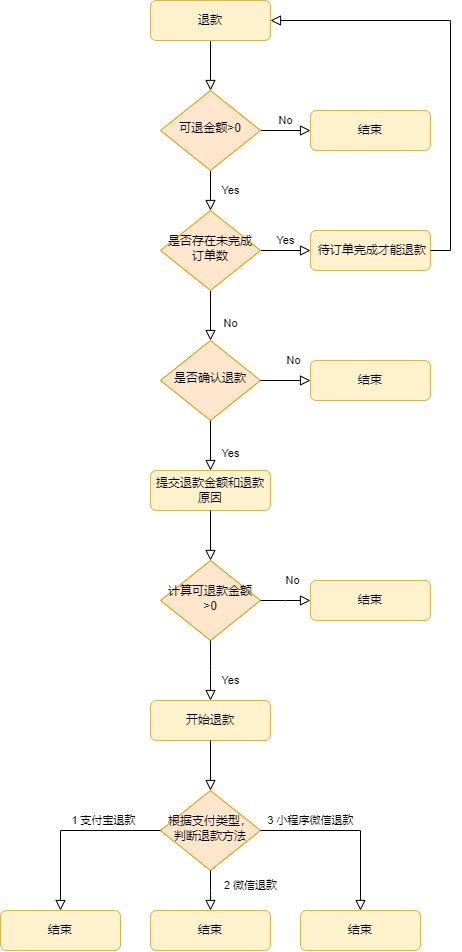
Earlier version of the draw.io export png/退款流程.png (ren9901/tourism-j2ee-wx). Source tidied: cells renumbered, new cells last; positions are measured from the earlier drawing's top-left corner, leaving out a move shared by most shapes.
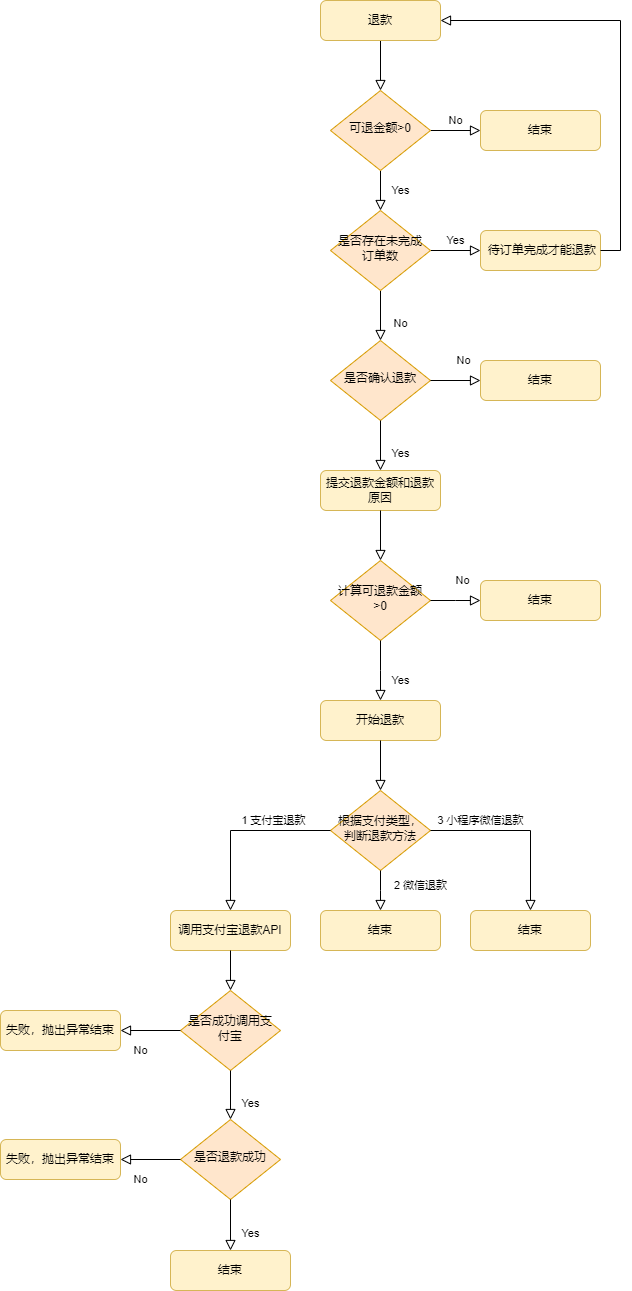
The same file after the commit.

Commit message:
更新退款流程.png

What changed in the source:
```diff
@@ -99,7 +99,7 @@
     <mxCell id="28" value="3 小程序微信退款" style="rounded=0;html=1;jettySize=auto;fontSize=11;endArrow=block;endFill=0;endSize=8;strokeWidth=1;shadow=0;labelBackgroundColor=none;edgeStyle=orthogonalEdgeStyle;exitX=1;exitY=0.5;exitDx=0;exitDy=0;" parent="1" edge="1" source="24" target="31">
       <mxGeometry x="-0.45" y="10" relative="1" as="geometry" />
     </mxCell>
-    <mxCell id="29" value="结束" style="rounded=1;whiteSpace=wrap;html=1;fontSize=12;glass=0;strokeWidth=1;shadow=0;fillColor=#fff2cc;strokeColor=#d6b656;" parent="1" vertex="1">
+    <mxCell id="29" value="调用支付宝退款API" style="rounded=1;whiteSpace=wrap;html=1;fontSize=12;glass=0;strokeWidth=1;shadow=0;fillColor=#fff2cc;strokeColor=#d6b656;" parent="1" vertex="1">
       <mxGeometry y="910" width="120" height="40" as="geometry" />
     </mxCell>
     <mxCell id="30" value="结束" style="rounded=1;whiteSpace=wrap;html=1;fontSize=12;glass=0;strokeWidth=1;shadow=0;fillColor=#fff2cc;strokeColor=#d6b656;" parent="1" vertex="1">
@@ -108,5 +108,35 @@
     <mxCell id="31" value="结束" style="rounded=1;whiteSpace=wrap;html=1;fontSize=12;glass=0;strokeWidth=1;shadow=0;fillColor=#fff2cc;strokeColor=#d6b656;" parent="1" vertex="1">
       <mxGeometry x="300" y="910" width="120" height="40" as="geometry" />
     </mxCell>
+    <mxCell id="32" value="&lt;div style=&quot;orphans: 4;&quot;&gt;是否成功调用支付宝&lt;/div&gt;" style="rhombus;whiteSpace=wrap;html=1;shadow=0;fontFamily=Helvetica;fontSize=12;align=center;strokeWidth=1;spacing=6;spacingTop=-4;fillColor=#ffe6cc;strokeColor=#d79b00;" parent="1" vertex="1">
+      <mxGeometry x="10" y="990" width="100" height="80" as="geometry" />
+    </mxCell>
+    <mxCell id="33" style="rounded=0;html=1;jettySize=auto;fontSize=11;endArrow=block;endFill=0;endSize=8;strokeWidth=1;shadow=0;labelBackgroundColor=none;edgeStyle=orthogonalEdgeStyle;exitX=0.5;exitY=1;exitDx=0;exitDy=0;entryX=0.5;entryY=0;entryDx=0;entryDy=0;" parent="1" edge="1" source="29" target="32">
+      <mxGeometry x="0.33" y="20" relative="1" as="geometry" />
+    </mxCell>
+    <mxCell id="34" value="Yes" style="rounded=0;html=1;jettySize=auto;fontSize=11;endArrow=block;endFill=0;endSize=8;strokeWidth=1;shadow=0;labelBackgroundColor=none;edgeStyle=orthogonalEdgeStyle;exitX=0.5;exitY=1;exitDx=0;exitDy=0;entryX=0.5;entryY=0;entryDx=0;entryDy=0;" parent="1" edge="1" source="32" target="36">
+      <mxGeometry x="0.33" y="20" relative="1" as="geometry" />
+    </mxCell>
+    <mxCell id="35" value="结束" style="rounded=1;whiteSpace=wrap;html=1;fontSize=12;glass=0;strokeWidth=1;shadow=0;fillColor=#fff2cc;strokeColor=#d6b656;" parent="1" vertex="1">
+      <mxGeometry y="1250" width="120" height="40" as="geometry" />
+    </mxCell>
+    <mxCell id="36" value="&lt;div style=&quot;orphans: 4;&quot;&gt;是否退款成功&lt;/div&gt;" style="rhombus;whiteSpace=wrap;html=1;shadow=0;fontFamily=Helvetica;fontSize=12;align=center;strokeWidth=1;spacing=6;spacingTop=-4;fillColor=#ffe6cc;strokeColor=#d79b00;" parent="1" vertex="1">
+      <mxGeometry x="10" y="1119" width="100" height="80" as="geometry" />
+    </mxCell>
+    <mxCell id="37" value="No" style="rounded=0;html=1;jettySize=auto;fontSize=11;endArrow=block;endFill=0;endSize=8;strokeWidth=1;shadow=0;labelBackgroundColor=none;edgeStyle=orthogonalEdgeStyle;exitX=0;exitY=0.5;exitDx=0;exitDy=0;" parent="1" edge="1" source="32" target="38">
+      <mxGeometry x="0.33" y="20" relative="1" as="geometry" />
+    </mxCell>
+    <mxCell id="38" value="失败，抛出异常结束" style="rounded=1;whiteSpace=wrap;html=1;fontSize=12;glass=0;strokeWidth=1;shadow=0;fillColor=#fff2cc;strokeColor=#d6b656;" parent="1" vertex="1">
+      <mxGeometry x="-170" y="1010" width="120" height="40" as="geometry" />
+    </mxCell>
+    <mxCell id="39" value="Yes" style="rounded=0;html=1;jettySize=auto;fontSize=11;endArrow=block;endFill=0;endSize=8;strokeWidth=1;shadow=0;labelBackgroundColor=none;edgeStyle=orthogonalEdgeStyle;exitX=0.5;exitY=1;exitDx=0;exitDy=0;entryX=0.5;entryY=0;entryDx=0;entryDy=0;" parent="1" edge="1" source="36" target="35">
+      <mxGeometry x="0.33" y="20" relative="1" as="geometry" />
+    </mxCell>
+    <mxCell id="40" value="No" style="rounded=0;html=1;jettySize=auto;fontSize=11;endArrow=block;endFill=0;endSize=8;strokeWidth=1;shadow=0;labelBackgroundColor=none;edgeStyle=orthogonalEdgeStyle;" parent="1" edge="1" source="36" target="41">
+      <mxGeometry x="0.33" y="20" relative="1" as="geometry" />
+    </mxCell>
+    <mxCell id="41" value="失败，抛出异常结束" style="rounded=1;whiteSpace=wrap;html=1;fontSize=12;glass=0;strokeWidth=1;shadow=0;fillColor=#fff2cc;strokeColor=#d6b656;" parent="1" vertex="1">
+      <mxGeometry x="-170" y="1139" width="120" height="40" as="geometry" />
+    </mxCell>
   </root>
 </mxGraphModel>
```
